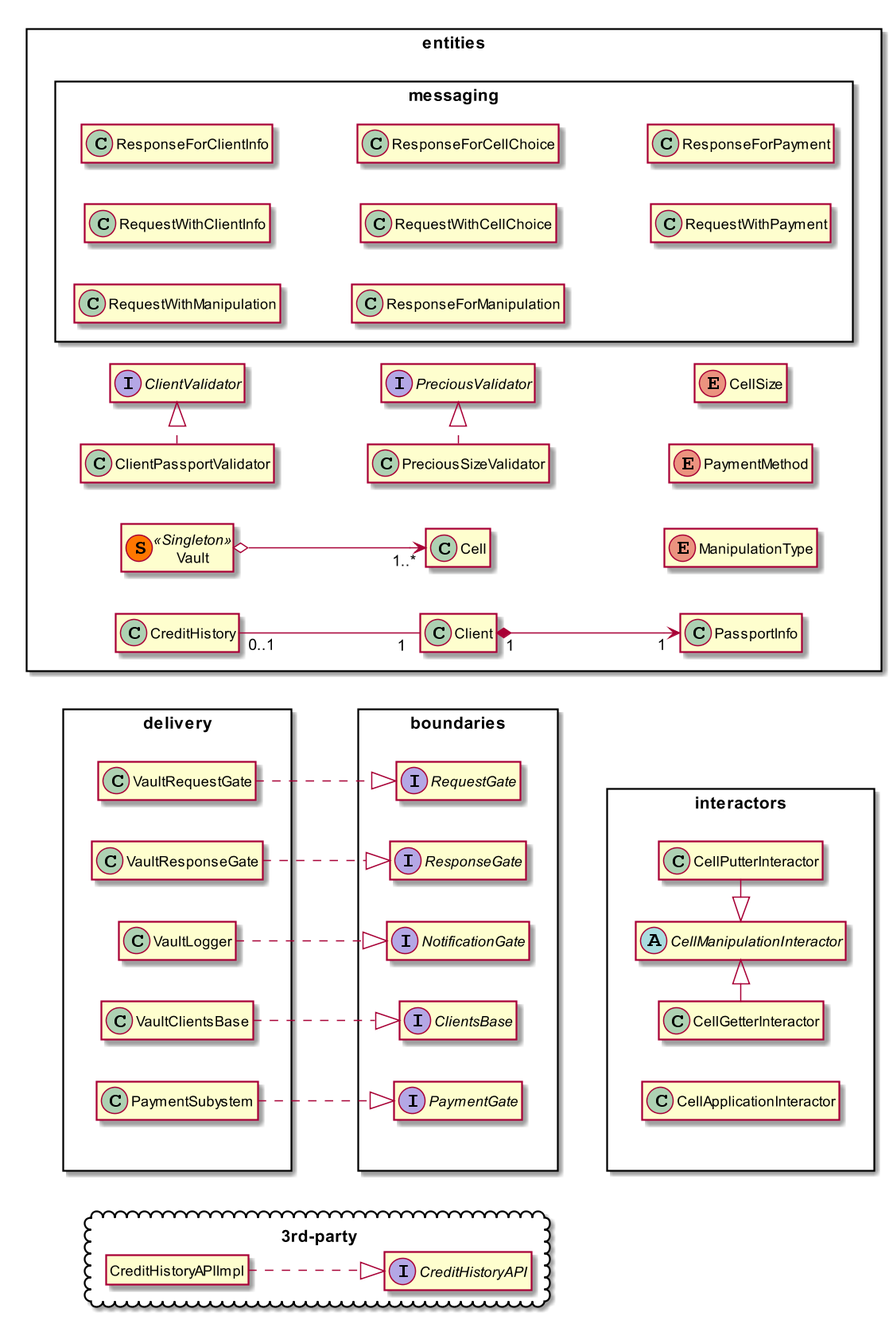
Before: UML/classDiag.png, a diagram exported from PlantUML (wndrws/bank-vault).
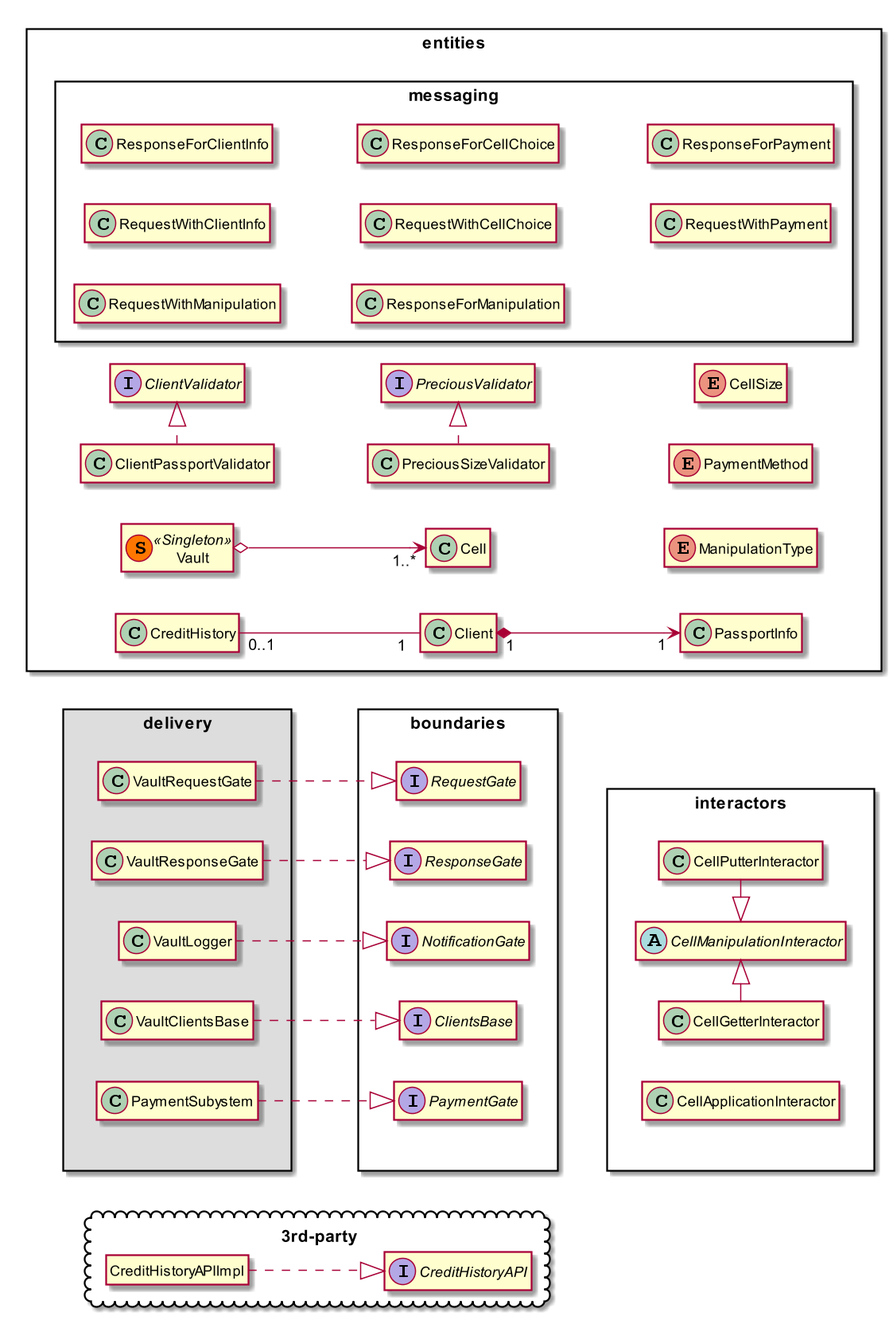
After the change.

Commit message:
Changed background color for 'delivery' package on class diagram

The edit, as a diff of the source:
```diff
@@ -3,7 +3,7 @@
 left to right direction
 hide members
 
-package delivery <<Rectangle>> {
+package delivery <<Rectangle>> #DDDDDD {
   class VaultRequestGate
   class VaultResponseGate
   class VaultLogger
```
